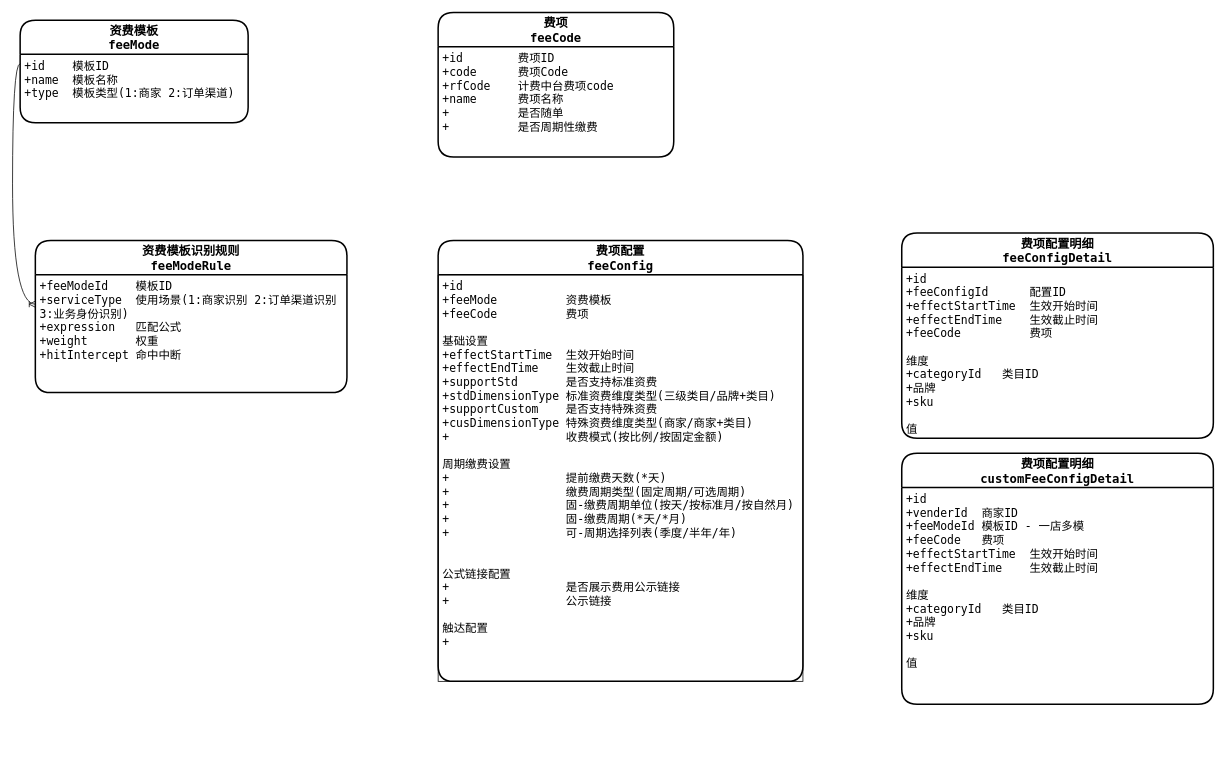
This is 缴费平台ER图.drawio from RubberBoy/some, a draw.io file, before an edit. Source tidied: cells renumbered, new cells numbered last; positions are measured from the earlier drawing's top-left corner, leaving out a move shared by most shapes. Both pictures are drawn from the tidied source at 76%, with x=0, y=0 at pixel (20, 12).
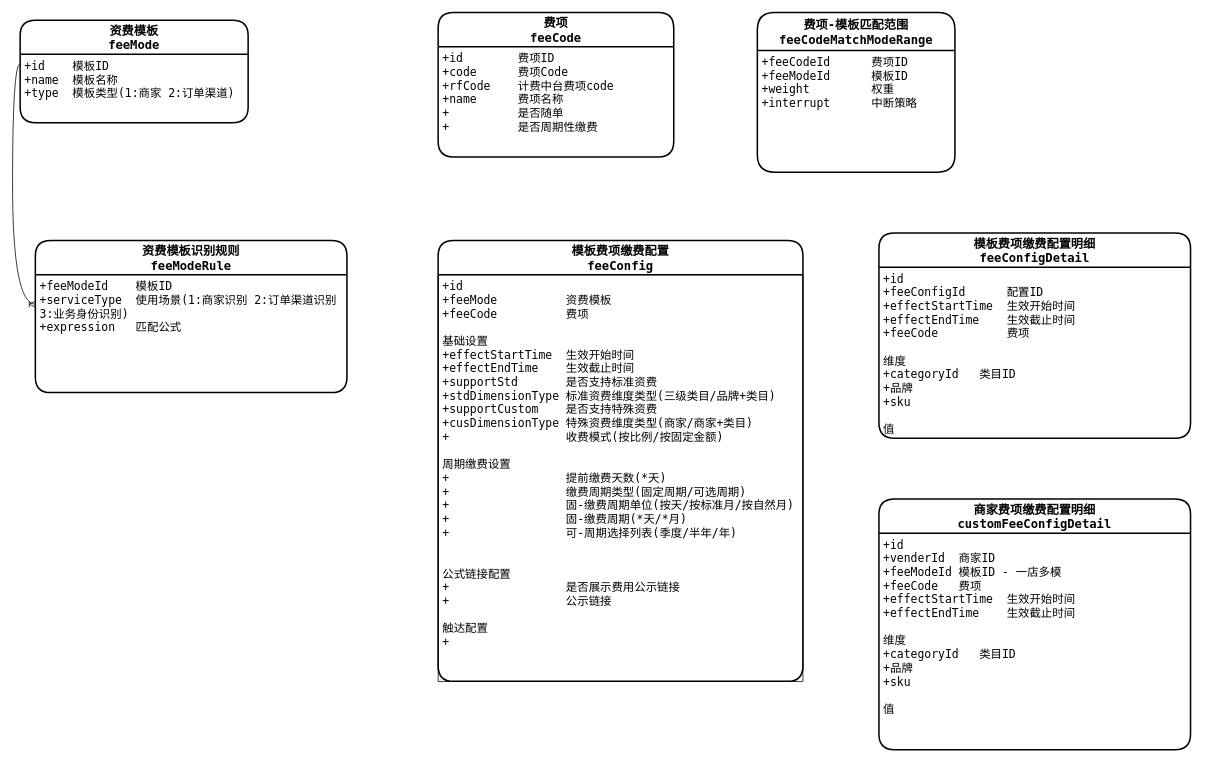
After the change.

Commit message:
更新缴费平台ER图.drawio

Change to the diagram source:
```diff
@@
 <mxGraphModel>
   <root>
     <mxCell id="0" />
     <mxCell id="1" parent="0" />
     <mxCell id="2" value="资费模板&#10;feeMode" style="swimlane;horizontal=1;startSize=45;rounded=1;fontSize=16;fontStyle=1;strokeWidth=2;shadow=0;dashed=0;align=center;fontFamily=Menlo;" parent="1" vertex="1">
       <mxGeometry y="10" width="300" height="135" as="geometry" />
     </mxCell>
     <mxCell id="3" value="+id    模板ID&#10;+name  模板名称&#10;+type  模板类型(1:商家 2:订单渠道)" style="align=left;strokeColor=none;fillColor=none;spacingLeft=4;fontSize=15;verticalAlign=top;fontFamily=Menlo;" parent="2" vertex="1">
       <mxGeometry y="45" width="300" height="90" as="geometry" />
     </mxCell>
     <mxCell id="4" value="资费模板识别规则&#10;feeModeRule" style="swimlane;horizontal=1;startSize=45;rounded=1;fontSize=16;fontStyle=1;strokeWidth=2;shadow=0;dashed=0;align=center;fontFamily=Menlo;" parent="1" vertex="1">
       <mxGeometry x="20" y="300" width="410" height="200" as="geometry" />
     </mxCell>
-    <mxCell id="5" value="+feeModeId    模板ID&#10;+serviceType  使用场景(1:商家识别 2:订单渠道识别 &#10;3:业务身份识别)&#10;+expression   匹配公式&#10;+weight       权重&#10;+hitIntercept 命中中断" style="align=left;strokeColor=none;fillColor=none;spacingLeft=4;fontSize=15;verticalAlign=top;fontFamily=Menlo;" parent="4" vertex="1">
+    <mxCell id="5" value="+feeModeId    模板ID&#10;+serviceType  使用场景(1:商家识别 2:订单渠道识别 &#10;3:业务身份识别)&#10;+expression   匹配公式" style="align=left;strokeColor=none;fillColor=none;spacingLeft=4;fontSize=15;verticalAlign=top;fontFamily=Menlo;" parent="4" vertex="1">
       <mxGeometry y="45" width="410" height="155" as="geometry" />
     </mxCell>
     <mxCell id="6" style="edgeStyle=orthogonalEdgeStyle;fontSize=12;html=1;endArrow=ERoneToMany;rounded=0;fontFamily=Menlo;exitX=0;exitY=0.136;exitDx=0;exitDy=0;exitPerimeter=0;entryX=0;entryY=0.25;entryDx=0;entryDy=0;curved=1;" parent="1" edge="1" source="3" target="5">
       <mxGeometry relative="1" as="geometry" />
     </mxCell>
-    <mxCell id="7" value="费项配置&#10;feeConfig" style="swimlane;horizontal=1;startSize=45;rounded=1;fontSize=16;fontStyle=1;strokeWidth=2;shadow=0;dashed=0;align=center;fontFamily=Menlo;strokeColor=#000000;" parent="1" vertex="1">
+    <mxCell id="7" value="模板费项缴费配置&#10;feeConfig" style="swimlane;horizontal=1;startSize=45;rounded=1;fontSize=16;fontStyle=1;strokeWidth=2;shadow=0;dashed=0;align=center;fontFamily=Menlo;strokeColor=#000000;" parent="1" vertex="1">
       <mxGeometry x="550" y="300" width="480" height="580" as="geometry" />
     </mxCell>
     <mxCell id="8" value="+id&#10;+feeMode          资费模板&#10;+feeCode          费项&#10;&#10;基础设置&#10;+effectStartTime  生效开始时间&#10;+effectEndTime    生效截止时间&#10;+supportStd       是否支持标准资费&#10;+stdDimensionType 标准资费维度类型(三级类目/品牌+类目)&#10;+supportCustom    是否支持特殊资费&#10;+cusDimensionType 特殊资费维度类型(商家/商家+类目)&#10;+                 收费模式(按比例/按固定金额)&#10;&#10;周期缴费设置&#10;+                 提前缴费天数(*天)&#10;+                 缴费周期类型(固定周期/可选周期)&#10;+                 固-缴费周期单位(按天/按标准月/按自然月)&#10;+                 固-缴费周期(*天/*月)&#10;+                 可-周期选择列表(季度/半年/年)&#10;&#10;&#10;公式链接配置&#10;+                 是否展示费用公示链接&#10;+                 公示链接&#10;&#10;触达配置&#10;+                 &#10;&#10;&#10;" style="align=left;strokeColor=#000000;fillColor=none;spacingLeft=4;fontSize=15;verticalAlign=top;fontFamily=Menlo;fontColor=#000000;" parent="7" vertex="1">
       <mxGeometry y="45" width="480" height="535" as="geometry" />
     </mxCell>
     <mxCell id="9" value="费项&#10;feeCode" style="swimlane;horizontal=1;startSize=45;rounded=1;fontSize=16;fontStyle=1;strokeWidth=2;shadow=0;dashed=0;align=center;fontFamily=Menlo;" parent="1" vertex="1">
       <mxGeometry x="550" width="310" height="190" as="geometry" />
     </mxCell>
     <mxCell id="10" value="+id        费项ID&#10;+code      费项Code&#10;+rfCode    计费中台费项code&#10;+name      费项名称&#10;+          是否随单&#10;+          是否周期性缴费" style="align=left;strokeColor=none;fillColor=none;spacingLeft=4;fontSize=15;verticalAlign=top;fontFamily=Menlo;" parent="9" vertex="1">
       <mxGeometry y="45" width="310" height="145" as="geometry" />
     </mxCell>
-    <mxCell id="11" value="费项配置明细&#10;feeConfigDetail" style="swimlane;horizontal=1;startSize=45;rounded=1;fontSize=16;fontStyle=1;strokeWidth=2;shadow=0;dashed=0;align=center;fontFamily=Menlo;" parent="1" vertex="1">
-      <mxGeometry x="1160" y="290" width="410" height="270" as="geometry" />
+    <mxCell id="11" value="模板费项缴费配置明细&#10;feeConfigDetail" style="swimlane;horizontal=1;startSize=45;rounded=1;fontSize=16;fontStyle=1;strokeWidth=2;shadow=0;dashed=0;align=center;fontFamily=Menlo;" parent="1" vertex="1">
+      <mxGeometry x="1130" y="290" width="410" height="270" as="geometry" />
     </mxCell>
     <mxCell id="12" value="+id&#10;+feeConfigId      配置ID&#10;+effectStartTime  生效开始时间&#10;+effectEndTime    生效截止时间&#10;+feeCode          费项&#10;&#10;维度&#10;+categoryId   类目ID&#10;+品牌&#10;+sku&#10;&#10;值&#10;" style="align=left;strokeColor=none;fillColor=none;spacingLeft=4;fontSize=15;verticalAlign=top;fontFamily=Menlo;" parent="11" vertex="1">
       <mxGeometry y="45" width="410" height="225" as="geometry" />
     </mxCell>
-    <mxCell id="13" value="费项配置明细&#10;customFeeConfigDetail" style="swimlane;horizontal=1;startSize=45;rounded=1;fontSize=16;fontStyle=1;strokeWidth=2;shadow=0;dashed=0;align=center;fontFamily=Menlo;" parent="1" vertex="1">
-      <mxGeometry x="1160" y="580" width="410" height="330" as="geometry" />
+    <mxCell id="13" value="商家费项缴费配置明细&#10;customFeeConfigDetail" style="swimlane;horizontal=1;startSize=45;rounded=1;fontSize=16;fontStyle=1;strokeWidth=2;shadow=0;dashed=0;align=center;fontFamily=Menlo;" parent="1" vertex="1">
+      <mxGeometry x="1130" y="640" width="410" height="330" as="geometry" />
     </mxCell>
     <mxCell id="14" value="+id&#10;+venderId  商家ID&#10;+feeModeId 模板ID - 一店多模&#10;+feeCode   费项&#10;+effectStartTime  生效开始时间&#10;+effectEndTime    生效截止时间&#10;&#10;维度&#10;+categoryId   类目ID&#10;+品牌&#10;+sku&#10;&#10;值&#10;" style="align=left;strokeColor=none;fillColor=none;spacingLeft=4;fontSize=15;verticalAlign=top;fontFamily=Menlo;" parent="13" vertex="1">
       <mxGeometry y="45" width="410" height="285" as="geometry" />
     </mxCell>
+    <mxCell id="15" value="费项-模板匹配范围&#10;feeCodeMatchModeRange" style="swimlane;horizontal=1;startSize=50;rounded=1;fontSize=16;fontStyle=1;strokeWidth=2;shadow=0;dashed=0;align=center;strokeColor=#000000;fontFamily=Menlo;" parent="1" vertex="1">
+      <mxGeometry x="970" width="260" height="210" as="geometry" />
+    </mxCell>
+    <mxCell id="16" value="+feeCodeId      费项ID&#10;+feeModeId      模板ID&#10;+weight         权重&#10;+interrupt      中断策略" style="align=left;strokeColor=none;fillColor=none;spacingLeft=4;fontSize=15;verticalAlign=top;fontFamily=Menlo;" parent="15" vertex="1">
+      <mxGeometry y="50" width="260" height="160" as="geometry" />
+    </mxCell>
   </root>
 </mxGraphModel>
```
